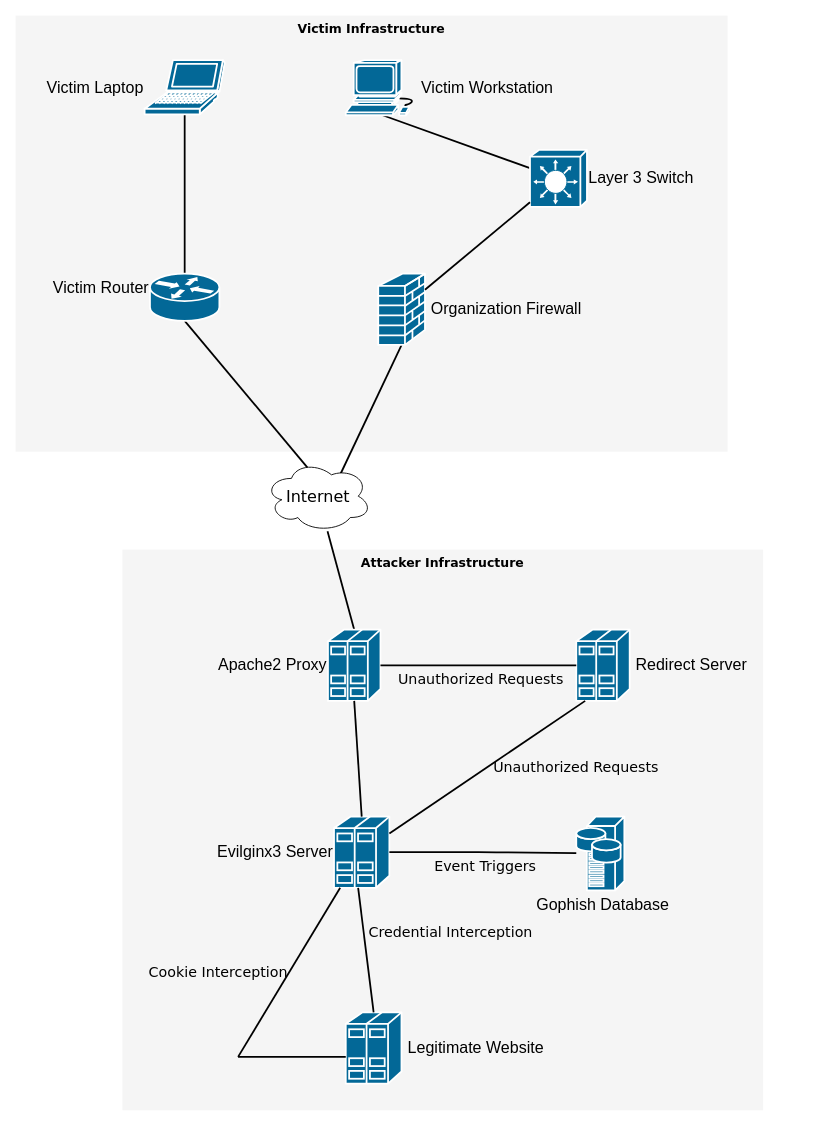
Earlier version of the draw.io diagram diagram/Diagram.drawio (fin3ss3g0d/evilgophish). Source tidied: cells renumbered, new cells numbered last; positions are measured from the earlier drawing's top-left corner, leaving out a move shared by most shapes. Both pictures are drawn from the tidied source at 89%, with x=0, y=0 at pixel (15, 15).
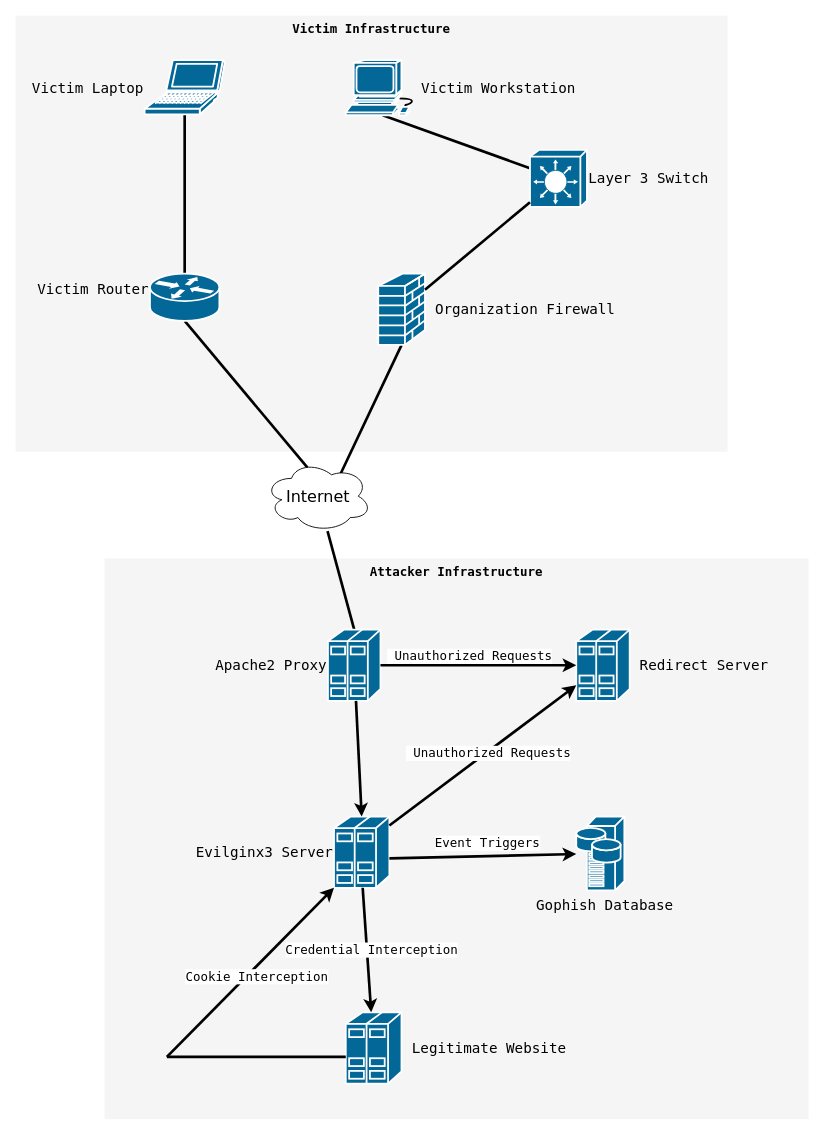
After the change.

Unchanged cells that the change refers to:
```xml
<mxCell id="9" value="Internet" style="ellipse;shape=cloud;whiteSpace=wrap;html=1;rounded=0;shadow=0;comic=0;strokeWidth=1;fontFamily=Verdana;fontSize=18;" parent="1" vertex="1">
  <mxGeometry x="280" y="500" width="120" height="80" as="geometry" />
</mxCell>
```

Diff of the diagram source:
```diff
@@
-    <mxCell id="2" value="Victim Infrastructure" style="whiteSpace=wrap;html=1;rounded=0;shadow=0;comic=0;strokeWidth=1;fontFamily=Verdana;fontSize=14;fillColor=#f5f5f5;strokeColor=none;verticalAlign=top;fontStyle=1;" parent="1" vertex="1">
+    <mxCell id="2" value="&lt;font face=&quot;Lucida Console&quot;&gt;Victim Infrastructure&lt;/font&gt;" style="whiteSpace=wrap;html=1;rounded=0;shadow=0;comic=0;strokeWidth=1;fontFamily=Verdana;fontSize=14;fillColor=#f5f5f5;strokeColor=none;verticalAlign=top;fontStyle=1;" parent="1" vertex="1">
       <mxGeometry width="800" height="490" as="geometry" />
     </mxCell>
-    <mxCell id="3" value="Attacker Infrastructure" style="whiteSpace=wrap;html=1;rounded=0;shadow=0;comic=0;strokeWidth=1;fontFamily=Verdana;fontSize=14;fillColor=#f5f5f5;strokeColor=none;fontStyle=1;verticalAlign=top;" parent="1" vertex="1">
-      <mxGeometry x="120" y="600" width="720" height="630" as="geometry" />
+    <mxCell id="3" value="&lt;font style=&quot;font-size: 14px;&quot; face=&quot;Lucida Console&quot;&gt;Attacker Infrastructure&lt;/font&gt;" style="whiteSpace=wrap;html=1;rounded=0;shadow=0;comic=0;strokeWidth=1;fontFamily=Verdana;fontSize=14;fillColor=#f5f5f5;strokeColor=none;fontStyle=1;verticalAlign=top;" parent="1" vertex="1">
+      <mxGeometry x="100" y="610" width="791" height="630" as="geometry" />
     </mxCell>
-    <mxCell id="4" style="edgeStyle=none;html=1;labelBackgroundColor=none;startFill=0;endArrow=none;endFill=0;strokeWidth=2;fontFamily=Verdana;fontSize=12;entryX=0.5;entryY=0;entryDx=0;entryDy=0;entryPerimeter=0;" parent="1" edge="1" source="12" target="15">
+    <mxCell id="4" style="edgeStyle=none;html=1;labelBackgroundColor=none;startFill=0;endArrow=none;endFill=0;strokeWidth=3;fontFamily=Verdana;fontSize=12;entryX=0.5;entryY=0;entryDx=0;entryDy=0;entryPerimeter=0;" parent="1" edge="1" source="12" target="15">
       <mxGeometry relative="1" as="geometry" />
     </mxCell>
-    <mxCell id="5" style="edgeStyle=none;html=1;labelBackgroundColor=none;startFill=0;endArrow=none;endFill=0;strokeWidth=2;fontFamily=Verdana;fontSize=12;exitX=0.5;exitY=1;exitDx=0;exitDy=0;exitPerimeter=0;" parent="1" edge="1" source="11" target="13">
+    <mxCell id="5" style="edgeStyle=none;html=1;labelBackgroundColor=none;startFill=0;endArrow=none;endFill=0;strokeWidth=3;fontFamily=Verdana;fontSize=12;exitX=0.5;exitY=1;exitDx=0;exitDy=0;exitPerimeter=0;" parent="1" edge="1" source="11" target="13">
       <mxGeometry relative="1" as="geometry" />
     </mxCell>
-    <mxCell id="6" style="edgeStyle=none;html=1;labelBackgroundColor=none;startFill=0;endArrow=none;endFill=0;strokeWidth=2;fontFamily=Verdana;fontSize=12;entryX=0.5;entryY=1;entryDx=0;entryDy=0;entryPerimeter=0;exitX=0.4;exitY=0.1;exitDx=0;exitDy=0;exitPerimeter=0;" parent="1" edge="1" source="9" target="15">
+    <mxCell id="6" style="edgeStyle=none;html=1;labelBackgroundColor=none;startFill=0;endArrow=none;endFill=0;strokeWidth=3;fontFamily=Verdana;fontSize=12;entryX=0.5;entryY=1;entryDx=0;entryDy=0;entryPerimeter=0;exitX=0.4;exitY=0.1;exitDx=0;exitDy=0;exitPerimeter=0;" parent="1" edge="1" source="9" target="15">
       <mxGeometry relative="1" as="geometry" />
     </mxCell>
-    <mxCell id="7" style="edgeStyle=none;html=1;labelBackgroundColor=none;startFill=0;endArrow=none;endFill=0;strokeWidth=2;fontFamily=Verdana;fontSize=12;exitX=0.5;exitY=1;exitDx=0;exitDy=0;exitPerimeter=0;entryX=0.708;entryY=0.192;entryDx=0;entryDy=0;entryPerimeter=0;" parent="1" edge="1" source="10" target="9">
+    <mxCell id="7" style="edgeStyle=none;html=1;labelBackgroundColor=none;startFill=0;endArrow=none;endFill=0;strokeWidth=3;fontFamily=Verdana;fontSize=12;exitX=0.5;exitY=1;exitDx=0;exitDy=0;exitPerimeter=0;entryX=0.708;entryY=0.192;entryDx=0;entryDy=0;entryPerimeter=0;" parent="1" edge="1" source="10" target="9">
       <mxGeometry relative="1" as="geometry" />
     </mxCell>
-    <mxCell id="8" style="edgeStyle=none;html=1;labelBackgroundColor=none;startFill=0;endArrow=none;endFill=0;strokeWidth=2;fontFamily=Verdana;fontSize=12;entryX=0.5;entryY=0;entryDx=0;entryDy=0;entryPerimeter=0;" parent="1" edge="1" source="9" target="16">
+    <mxCell id="8" style="edgeStyle=none;html=1;labelBackgroundColor=none;startFill=0;endArrow=none;endFill=0;strokeWidth=3;fontFamily=Verdana;fontSize=12;entryX=0.5;entryY=0;entryDx=0;entryDy=0;entryPerimeter=0;" parent="1" edge="1" source="9" target="16">
       <mxGeometry relative="1" as="geometry" />
     </mxCell>
@@
-    <mxCell id="10" value="&amp;nbsp;Organization Firewall" style="shape=mxgraph.cisco.security.firewall;sketch=0;html=1;dashed=0;fillColor=#036897;strokeColor=#ffffff;strokeWidth=2;verticalLabelPosition=middle;verticalAlign=middle;align=left;outlineConnect=0;labelPosition=right;fontSize=18;" parent="1" vertex="1">
+    <mxCell id="10" value="&lt;font face=&quot;Lucida Console&quot; style=&quot;font-size: 16px;&quot;&gt;&amp;nbsp;Organization Firewall&lt;/font&gt;" style="shape=mxgraph.cisco.security.firewall;sketch=0;html=1;dashed=0;fillColor=#036897;strokeColor=#ffffff;strokeWidth=2;verticalLabelPosition=middle;verticalAlign=middle;align=left;outlineConnect=0;labelPosition=right;fontSize=18;" parent="1" vertex="1">
       <mxGeometry x="407.5" y="290" width="52.5" height="80" as="geometry" />
     </mxCell>
-    <mxCell id="11" value="Victim Workstation" style="shape=mxgraph.cisco.computers_and_peripherals.workstation;sketch=0;html=1;dashed=0;fillColor=#036897;strokeColor=#ffffff;strokeWidth=2;verticalLabelPosition=middle;verticalAlign=middle;align=left;outlineConnect=0;labelPosition=right;fontSize=18;" parent="1" vertex="1">
+    <mxCell id="11" value="&lt;font style=&quot;font-size: 16px;&quot; face=&quot;Lucida Console&quot;&gt;Victim Workstation&lt;/font&gt;" style="shape=mxgraph.cisco.computers_and_peripherals.workstation;sketch=0;html=1;dashed=0;fillColor=#036897;strokeColor=#ffffff;strokeWidth=2;verticalLabelPosition=middle;verticalAlign=middle;align=left;outlineConnect=0;labelPosition=right;fontSize=18;" parent="1" vertex="1">
       <mxGeometry x="371" y="50" width="83" height="62" as="geometry" />
     </mxCell>
-    <mxCell id="12" value="Victim Laptop" style="shape=mxgraph.cisco.computers_and_peripherals.laptop;sketch=0;html=1;dashed=0;fillColor=#036897;strokeColor=#ffffff;strokeWidth=2;verticalLabelPosition=middle;verticalAlign=middle;align=right;outlineConnect=0;labelPosition=left;fontSize=18;" parent="1" vertex="1">
+    <mxCell id="12" value="&lt;font style=&quot;font-size: 16px;&quot; face=&quot;Lucida Console&quot;&gt;Victim Laptop&lt;/font&gt;" style="shape=mxgraph.cisco.computers_and_peripherals.laptop;sketch=0;html=1;dashed=0;fillColor=#036897;strokeColor=#ffffff;strokeWidth=2;verticalLabelPosition=middle;verticalAlign=middle;align=right;outlineConnect=0;labelPosition=left;fontSize=18;" parent="1" vertex="1">
       <mxGeometry x="145" y="50" width="90" height="61" as="geometry" />
     </mxCell>
-    <mxCell id="13" value="Layer 3 Switch" style="shape=mxgraph.cisco.switches.layer_3_switch;sketch=0;html=1;dashed=0;fillColor=#036897;strokeColor=#ffffff;strokeWidth=2;verticalLabelPosition=middle;verticalAlign=middle;align=left;outlineConnect=0;fontSize=18;labelPosition=right;" parent="1" vertex="1">
+    <mxCell id="13" value="&lt;font face=&quot;Lucida Console&quot; style=&quot;font-size: 16px;&quot;&gt;Layer 3 Switch&lt;/font&gt;" style="shape=mxgraph.cisco.switches.layer_3_switch;sketch=0;html=1;dashed=0;fillColor=#036897;strokeColor=#ffffff;strokeWidth=2;verticalLabelPosition=middle;verticalAlign=middle;align=left;outlineConnect=0;fontSize=18;labelPosition=right;" parent="1" vertex="1">
       <mxGeometry x="578" y="151" width="64" height="64" as="geometry" />
     </mxCell>
-    <mxCell id="14" style="edgeStyle=none;html=1;labelBackgroundColor=none;startFill=0;endArrow=none;endFill=0;strokeWidth=2;fontFamily=Verdana;fontSize=12;" parent="1" edge="1" source="10" target="13">
+    <mxCell id="14" style="edgeStyle=none;html=1;labelBackgroundColor=none;startFill=0;endArrow=none;endFill=0;strokeWidth=3;fontFamily=Verdana;fontSize=12;" parent="1" edge="1" source="10" target="13">
       <mxGeometry relative="1" as="geometry" />
     </mxCell>
-    <mxCell id="15" value="&amp;nbsp;Victim Router&lt;div style=&quot;font-size: 18px;&quot;&gt;&lt;br style=&quot;font-size: 18px;&quot;&gt;&lt;/div&gt;" style="shape=mxgraph.cisco.routers.router;sketch=0;html=1;dashed=0;fillColor=#036897;strokeColor=#ffffff;strokeWidth=2;verticalLabelPosition=middle;verticalAlign=middle;align=right;outlineConnect=0;labelPosition=left;fontSize=18;" parent="1" vertex="1">
+    <mxCell id="15" value="&lt;font face=&quot;Lucida Console&quot; style=&quot;font-size: 16px;&quot;&gt;&amp;nbsp;Victim Router&lt;/font&gt;&lt;div style=&quot;font-size: 16px;&quot;&gt;&lt;br style=&quot;&quot;&gt;&lt;/div&gt;" style="shape=mxgraph.cisco.routers.router;sketch=0;html=1;dashed=0;fillColor=#036897;strokeColor=#ffffff;strokeWidth=2;verticalLabelPosition=middle;verticalAlign=middle;align=right;outlineConnect=0;labelPosition=left;fontSize=18;" parent="1" vertex="1">
       <mxGeometry x="151" y="290" width="78" height="53" as="geometry" />
     </mxCell>
-    <mxCell id="16" value="&amp;nbsp;Apache2 Proxy" style="shape=mxgraph.cisco.servers.standard_host;sketch=0;html=1;dashed=0;fillColor=#036897;strokeColor=#ffffff;strokeWidth=2;verticalLabelPosition=middle;verticalAlign=middle;align=right;outlineConnect=0;labelPosition=left;fontSize=18;" parent="1" vertex="1">
+    <mxCell id="16" value="&lt;font face=&quot;Lucida Console&quot; style=&quot;font-size: 16px;&quot;&gt;&amp;nbsp;Apache2 Proxy&lt;/font&gt;" style="shape=mxgraph.cisco.servers.standard_host;sketch=0;html=1;dashed=0;fillColor=#036897;strokeColor=#ffffff;strokeWidth=2;verticalLabelPosition=middle;verticalAlign=middle;align=right;outlineConnect=0;labelPosition=left;fontSize=18;" parent="1" vertex="1">
       <mxGeometry x="351" y="690" width="59" height="80" as="geometry" />
     </mxCell>
-    <mxCell id="17" value="&amp;nbsp;Redirect Server" style="shape=mxgraph.cisco.servers.standard_host;sketch=0;html=1;dashed=0;fillColor=#036897;strokeColor=#ffffff;strokeWidth=2;verticalLabelPosition=middle;verticalAlign=middle;align=left;outlineConnect=0;labelPosition=right;fontSize=18;" parent="1" vertex="1">
+    <mxCell id="17" value="&lt;font style=&quot;font-size: 16px;&quot; face=&quot;Lucida Console&quot;&gt;&amp;nbsp;Redirect Server&lt;/font&gt;" style="shape=mxgraph.cisco.servers.standard_host;sketch=0;html=1;dashed=0;fillColor=#036897;strokeColor=#ffffff;strokeWidth=2;verticalLabelPosition=middle;verticalAlign=middle;align=left;outlineConnect=0;labelPosition=right;fontSize=18;" parent="1" vertex="1">
       <mxGeometry x="630" y="690" width="60" height="80" as="geometry" />
     </mxCell>
+    <mxCell id="19" value="&lt;font style=&quot;font-size: 16px;&quot; face=&quot;Lucida Console&quot;&gt;&amp;nbsp;Evilginx3 Server&lt;/font&gt;" style="shape=mxgraph.cisco.servers.standard_host;sketch=0;html=1;dashed=0;fillColor=#036897;strokeColor=#ffffff;strokeWidth=2;verticalLabelPosition=middle;verticalAlign=middle;align=right;outlineConnect=0;labelPosition=left;fontSize=18;" parent="1" vertex="1">
+      <mxGeometry x="357.8" y="900" width="62.2" height="80" as="geometry" />
+    </mxCell>
+    <mxCell id="22" value="&lt;font style=&quot;font-size: 16px;&quot; face=&quot;Lucida Console&quot;&gt;&amp;nbsp;Legitimate Website&lt;/font&gt;" style="shape=mxgraph.cisco.servers.standard_host;sketch=0;html=1;dashed=0;fillColor=#036897;strokeColor=#ffffff;strokeWidth=2;verticalLabelPosition=middle;verticalAlign=middle;align=left;outlineConnect=0;labelPosition=right;fontSize=18;" parent="1" vertex="1">
+      <mxGeometry x="371" y="1120" width="62.6" height="80" as="geometry" />
+    </mxCell>
+    <mxCell id="24" style="edgeStyle=none;html=1;labelBackgroundColor=none;startFill=0;endArrow=none;endFill=0;strokeWidth=3;fontFamily=Verdana;fontSize=12;" parent="1" edge="1">
+      <mxGeometry relative="1" as="geometry">
+        <mxPoint x="170" y="1170" as="sourcePoint" />
+        <mxPoint x="371" y="1170" as="targetPoint" />
+        <Array as="points">
+          <mxPoint x="270" y="1170" />
+        </Array>
+      </mxGeometry>
+    </mxCell>
+    <mxCell id="26" value="&lt;font style=&quot;font-size: 16px;&quot; face=&quot;Lucida Console&quot;&gt;&amp;nbsp;Gophish Database&lt;/font&gt;" style="shape=mxgraph.cisco.servers.storage_server;sketch=0;html=1;dashed=0;fillColor=#036897;strokeColor=#ffffff;strokeWidth=2;verticalLabelPosition=bottom;verticalAlign=top;align=center;outlineConnect=0;fontSize=18;" parent="1" vertex="1">
+      <mxGeometry x="630" y="900" width="54" height="83" as="geometry" />
+    </mxCell>
+    <mxCell id="20" style="endArrow=classic;html=1;rounded=0;arcSize=20;strokeWidth=3;entryX=0.5;entryY=0;entryDx=0;entryDy=0;entryPerimeter=0;" parent="1" edge="1" source="16" target="19">
+      <mxGeometry relative="1" as="geometry" />
+    </mxCell>
-    <mxCell id="18" value="&amp;nbsp;Unauthorized Requests" style="edgeStyle=none;html=1;labelBackgroundColor=none;startFill=0;endArrow=none;endFill=0;strokeWidth=2;fontFamily=Verdana;fontSize=16;labelPosition=center;verticalLabelPosition=bottom;align=center;verticalAlign=top;" parent="1" edge="1" source="16" target="17">
-      <mxGeometry relative="1" as="geometry" />
+    <mxCell id="18" value="&lt;font style=&quot;font-size: 14px;&quot; face=&quot;Lucida Console&quot;&gt;&amp;nbsp;&lt;font style=&quot;font-size: 14px;&quot;&gt;Unauthorized Requests&lt;/font&gt;&lt;/font&gt;" style="endArrow=classic;html=1;rounded=0;arcSize=20;strokeWidth=3;exitX=1;exitY=0.5;exitDx=0;exitDy=0;exitPerimeter=0;" parent="1" edge="1" source="16" target="17">
+      <mxGeometry x="-0.09" y="10" relative="1" as="geometry" />
     </mxCell>
-    <mxCell id="19" value="&amp;nbsp;Evilginx3 Server" style="shape=mxgraph.cisco.servers.standard_host;sketch=0;html=1;dashed=0;fillColor=#036897;strokeColor=#ffffff;strokeWidth=2;verticalLabelPosition=middle;verticalAlign=middle;align=right;outlineConnect=0;labelPosition=left;fontSize=18;" parent="1" vertex="1">
-      <mxGeometry x="357.8" y="900" width="62.2" height="80" as="geometry" />
-    </mxCell>
-    <mxCell id="20" style="edgeStyle=none;html=1;labelBackgroundColor=none;startFill=0;endArrow=none;endFill=0;strokeWidth=2;fontFamily=Verdana;fontSize=12;entryX=0.5;entryY=0;entryDx=0;entryDy=0;entryPerimeter=0;exitX=0.5;exitY=1;exitDx=0;exitDy=0;exitPerimeter=0;" parent="1" edge="1" source="16" target="19">
-      <mxGeometry relative="1" as="geometry" />
-    </mxCell>
-    <mxCell id="21" value="&amp;nbsp;Unauthorized Requests" style="edgeStyle=none;html=1;labelBackgroundColor=none;startFill=0;endArrow=none;endFill=0;strokeWidth=2;fontFamily=Verdana;fontSize=16;labelPosition=right;verticalLabelPosition=middle;align=left;verticalAlign=middle;" parent="1" edge="1" source="19">
-      <mxGeometry relative="1" as="geometry">
-        <mxPoint x="640" y="770" as="targetPoint" />
-      </mxGeometry>
-    </mxCell>
-    <mxCell id="22" value="&amp;nbsp;Legitimate Website" style="shape=mxgraph.cisco.servers.standard_host;sketch=0;html=1;dashed=0;fillColor=#036897;strokeColor=#ffffff;strokeWidth=2;verticalLabelPosition=middle;verticalAlign=middle;align=left;outlineConnect=0;labelPosition=right;fontSize=18;" parent="1" vertex="1">
-      <mxGeometry x="371" y="1120" width="62.6" height="80" as="geometry" />
-    </mxCell>
+    <mxCell id="28" value="&lt;font style=&quot;font-size: 14px;&quot; face=&quot;Lucida Console&quot;&gt;&amp;nbsp;&lt;font style=&quot;font-size: 14px;&quot;&gt;Unauthorized Requests&lt;/font&gt;&lt;/font&gt;" style="endArrow=classic;html=1;rounded=0;arcSize=20;strokeWidth=3;" parent="1" edge="1" target="17">
+      <mxGeometry x="0.04" y="-2" relative="1" as="geometry">
+        <mxPoint x="420" y="910" as="sourcePoint" />
+      </mxGeometry>
+    </mxCell>
+    <mxCell id="27" value="&lt;font face=&quot;Lucida Console&quot; style=&quot;font-size: 14px;&quot;&gt;Event Triggers&lt;/font&gt;" style="endArrow=classic;html=1;rounded=0;arcSize=20;strokeWidth=3;" parent="1" edge="1" target="26">
+      <mxGeometry x="0.05" y="14" relative="1" as="geometry">
+        <mxPoint x="420" y="947" as="sourcePoint" />
+      </mxGeometry>
+    </mxCell>
-    <mxCell id="23" value="&amp;nbsp;Credential Interception" style="edgeStyle=none;html=1;labelBackgroundColor=none;startFill=0;endArrow=none;endFill=0;strokeWidth=2;fontFamily=Verdana;fontSize=16;entryX=0.5;entryY=0;entryDx=0;entryDy=0;entryPerimeter=0;exitX=0.5;exitY=1;exitDx=0;exitDy=0;exitPerimeter=0;labelPosition=right;verticalLabelPosition=middle;align=left;verticalAlign=middle;" parent="1" edge="1" target="22">
-      <mxGeometry x="-0.29" y="-1" relative="1" as="geometry">
-        <mxPoint x="384.9" y="980" as="sourcePoint" />
+    <mxCell id="23" value="&lt;font face=&quot;Lucida Console&quot; style=&quot;font-size: 14px;&quot;&gt;Credential Interception&lt;/font&gt;" style="endArrow=classic;html=1;rounded=0;arcSize=20;strokeWidth=3;" parent="1" edge="1" target="22">
+      <mxGeometry x="0.01" y="5" relative="1" as="geometry">
+        <mxPoint x="390" y="980" as="sourcePoint" />
       </mxGeometry>
     </mxCell>
-    <mxCell id="24" style="edgeStyle=none;html=1;labelBackgroundColor=none;startFill=0;endArrow=none;endFill=0;strokeWidth=2;fontFamily=Verdana;fontSize=12;" parent="1" edge="1">
-      <mxGeometry relative="1" as="geometry">
-        <mxPoint x="250" y="1170" as="sourcePoint" />
-        <mxPoint x="371" y="1170" as="targetPoint" />
-      </mxGeometry>
-    </mxCell>
-    <mxCell id="25" value="&amp;nbsp;Cookie Interception" style="edgeStyle=none;html=1;labelBackgroundColor=none;startFill=0;endArrow=none;endFill=0;strokeWidth=2;fontFamily=Verdana;fontSize=16;labelPosition=left;verticalLabelPosition=middle;align=right;verticalAlign=middle;" parent="1" edge="1" target="19">
-      <mxGeometry relative="1" as="geometry">
-        <mxPoint x="250" y="1170" as="sourcePoint" />
+    <mxCell id="25" value="&lt;font face=&quot;Lucida Console&quot; style=&quot;font-size: 14px;&quot;&gt;Cookie Interception&lt;/font&gt;" style="endArrow=classic;html=1;rounded=0;arcSize=20;strokeWidth=3;entryX=0;entryY=1;entryDx=0;entryDy=0;entryPerimeter=0;" parent="1" edge="1" target="19">
+      <mxGeometry x="0.01" y="-8" relative="1" as="geometry">
+        <mxPoint x="170" y="1170" as="sourcePoint" />
       </mxGeometry>
     </mxCell>
-    <mxCell id="26" value="&amp;nbsp;Gophish Database" style="shape=mxgraph.cisco.servers.storage_server;sketch=0;html=1;dashed=0;fillColor=#036897;strokeColor=#ffffff;strokeWidth=2;verticalLabelPosition=bottom;verticalAlign=top;align=center;outlineConnect=0;fontSize=18;" parent="1" vertex="1">
-      <mxGeometry x="630" y="900" width="54" height="83" as="geometry" />
-    </mxCell>
-    <mxCell id="27" value="&amp;nbsp;Event Triggers" style="edgeStyle=none;html=1;labelBackgroundColor=none;startFill=0;endArrow=none;endFill=0;strokeWidth=2;fontFamily=Verdana;fontSize=16;labelPosition=center;verticalLabelPosition=bottom;align=center;verticalAlign=top;" parent="1" edge="1" source="19" target="26">
-      <mxGeometry relative="1" as="geometry">
-        <Array as="points">
-          <mxPoint x="530" y="940" />
-        </Array>
-      </mxGeometry>
-    </mxCell>
```
